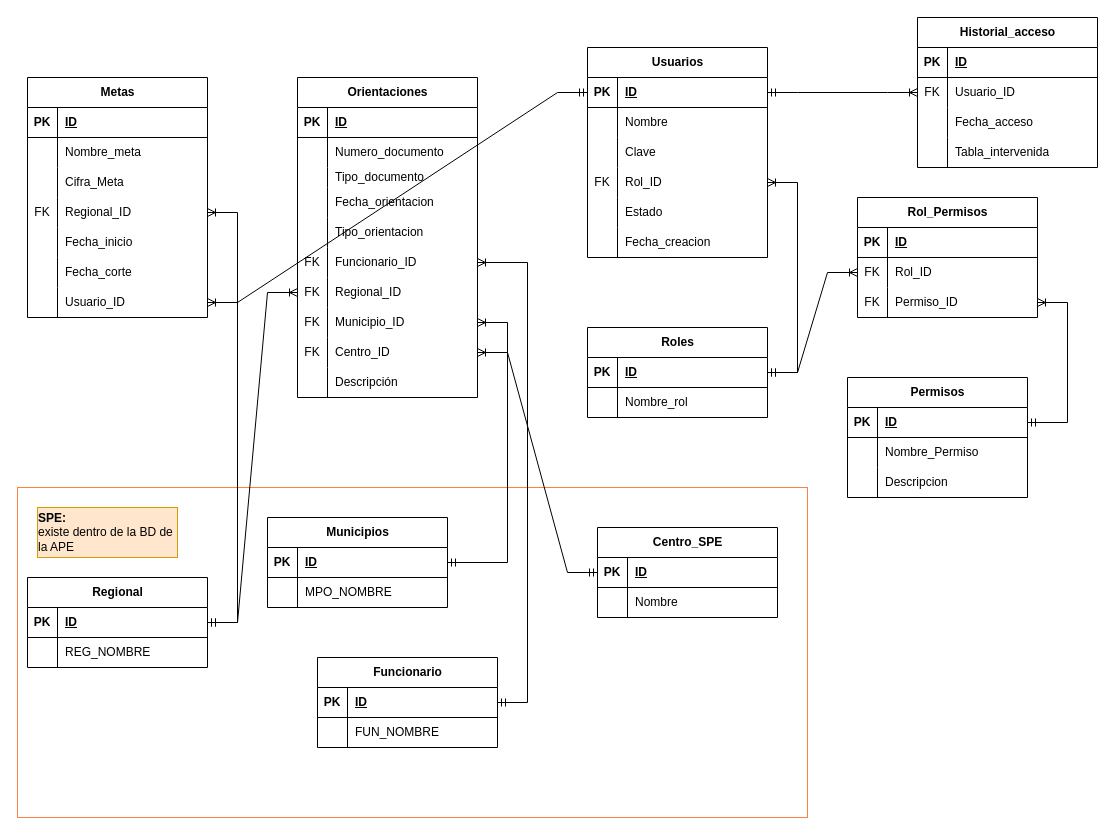
The draw.io diagram Diagrama sin título.drawio in nrb3098/ProyectoVictimasAPE, before the edit. Source tidied: cells renumbered, new cells numbered last; positions are measured from the earlier drawing's top-left corner, leaving out a move shared by most shapes. Both pictures are drawn from the tidied source at 100%, with x=0, y=0 at pixel (17, 17).
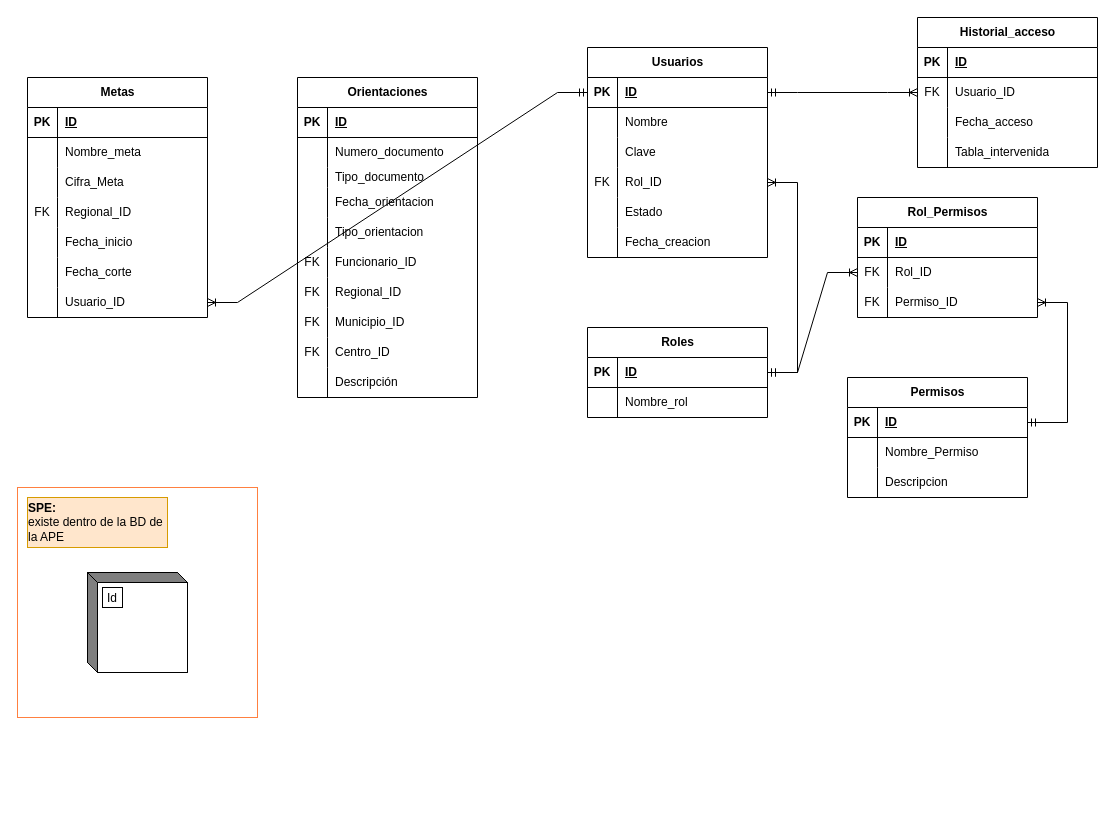
The same diagram, later.

The change refers to these unchanged cells:
```xml
<mxCell id="19" style="shape=tableRow;horizontal=0;startSize=0;swimlaneHead=0;swimlaneBody=0;fillColor=none;points=[[0,0.5],[1,0.5]];portConstraint=eastwest;top=0;left=0;right=0;bottom=0;" parent="3" vertex="1">
  <mxGeometry y="170" width="180" height="30" as="geometry" />
</mxCell>
<mxCell id="22" style="shape=tableRow;horizontal=0;startSize=0;swimlaneHead=0;swimlaneBody=0;fillColor=none;points=[[0,0.5],[1,0.5]];portConstraint=eastwest;top=0;left=0;right=0;bottom=0;" parent="3" vertex="1">
  <mxGeometry y="200" width="180" height="30" as="geometry" />
</mxCell>
<mxCell id="25" style="shape=tableRow;horizontal=0;startSize=0;swimlaneHead=0;swimlaneBody=0;fillColor=none;points=[[0,0.5],[1,0.5]];portConstraint=eastwest;top=0;left=0;right=0;bottom=0;" parent="3" vertex="1">
  <mxGeometry y="230" width="180" height="30" as="geometry" />
</mxCell>
<mxCell id="28" style="shape=tableRow;horizontal=0;startSize=0;swimlaneHead=0;swimlaneBody=0;fillColor=none;points=[[0,0.5],[1,0.5]];portConstraint=eastwest;top=0;left=0;right=0;bottom=0;" parent="3" vertex="1">
  <mxGeometry y="260" width="180" height="30" as="geometry" />
</mxCell>
<mxCell id="44" style="shape=tableRow;horizontal=0;startSize=0;swimlaneHead=0;swimlaneBody=0;fillColor=none;points=[[0,0.5],[1,0.5]];portConstraint=eastwest;top=0;left=0;right=0;bottom=0;" parent="34" vertex="1">
  <mxGeometry y="120" width="180" height="30" as="geometry" />
</mxCell>
```

Change to the diagram source:
```diff
@@
-    <mxCell id="2" style="rounded=0;whiteSpace=wrap;html=1;fillColor=none;strokeColor=#ff8040;" parent="1" vertex="1">
-      <mxGeometry y="470" width="790" height="330" as="geometry" />
-    </mxCell>
@@
-    <mxCell id="56" value="Regional" style="shape=table;startSize=30;childLayout=tableLayout;rowLines=0;fontStyle=1;align=center;html=1;" parent="1" vertex="1">
-      <mxGeometry x="10" y="560" width="180" height="90" as="geometry" />
-    </mxCell>
-    <mxCell id="57" style="shape=tableRow;horizontal=0;startSize=0;swimlaneHead=0;swimlaneBody=0;fillColor=none;points=[[0,0.5],[1,0.5]];portConstraint=eastwest;top=0;left=0;right=0;bottom=1;" parent="56" vertex="1">
-      <mxGeometry y="30" width="180" height="30" as="geometry" />
-    </mxCell>
-    <mxCell id="58" value="PK" style="shape=partialRectangle;fillColor=none;top=0;left=0;bottom=0;right=0;fontStyle=1;overflow=hidden;whiteSpace=wrap;html=1;" parent="57" vertex="1">
-      <mxGeometry width="30" height="30" as="geometry" />
-    </mxCell>
-    <mxCell id="59" value="ID" style="shape=partialRectangle;fillColor=none;top=0;left=0;bottom=0;right=0;align=left;spacingLeft=6;fontStyle=5;overflow=hidden;whiteSpace=wrap;html=1;" parent="57" vertex="1">
-      <mxGeometry x="30" width="150" height="30" as="geometry" />
-    </mxCell>
-    <mxCell id="60" style="shape=tableRow;horizontal=0;startSize=0;swimlaneHead=0;swimlaneBody=0;fillColor=none;top=0;left=0;right=0;bottom=0;" parent="56" vertex="1">
-      <mxGeometry y="60" width="180" height="30" as="geometry" />
-    </mxCell>
-    <mxCell id="61" style="shape=partialRectangle;fillColor=none;top=0;left=0;bottom=0;right=0;overflow=hidden;whiteSpace=wrap;html=1;" parent="60" vertex="1">
-      <mxGeometry width="30" height="30" as="geometry" />
-    </mxCell>
-    <mxCell id="62" value="REG_NOMBRE" style="shape=partialRectangle;fillColor=none;top=0;left=0;bottom=0;right=0;align=left;spacingLeft=6;overflow=hidden;whiteSpace=wrap;html=1;" parent="60" vertex="1">
-      <mxGeometry x="30" width="150" height="30" as="geometry" />
-    </mxCell>
-    <mxCell id="63" value="Centro_SPE" style="shape=table;startSize=30;childLayout=tableLayout;rowLines=0;fontStyle=1;align=center;html=1;" parent="1" vertex="1">
-      <mxGeometry x="580" y="510" width="180" height="90" as="geometry" />
-    </mxCell>
-    <mxCell id="64" style="shape=tableRow;horizontal=0;startSize=0;swimlaneHead=0;swimlaneBody=0;fillColor=none;points=[[0,0.5],[1,0.5]];portConstraint=eastwest;top=0;left=0;right=0;bottom=1;" parent="63" vertex="1">
-      <mxGeometry y="30" width="180" height="30" as="geometry" />
-    </mxCell>
-    <mxCell id="65" value="PK" style="shape=partialRectangle;fillColor=none;top=0;left=0;bottom=0;right=0;fontStyle=1;overflow=hidden;whiteSpace=wrap;html=1;" parent="64" vertex="1">
-      <mxGeometry width="30" height="30" as="geometry" />
-    </mxCell>
-    <mxCell id="66" value="ID" style="shape=partialRectangle;fillColor=none;top=0;left=0;bottom=0;right=0;align=left;spacingLeft=6;fontStyle=5;overflow=hidden;whiteSpace=wrap;html=1;" parent="64" vertex="1">
-      <mxGeometry x="30" width="150" height="30" as="geometry" />
-    </mxCell>
-    <mxCell id="67" style="shape=tableRow;horizontal=0;startSize=0;swimlaneHead=0;swimlaneBody=0;fillColor=none;top=0;left=0;right=0;bottom=0;" parent="63" vertex="1">
-      <mxGeometry y="60" width="180" height="30" as="geometry" />
-    </mxCell>
-    <mxCell id="68" style="shape=partialRectangle;fillColor=none;top=0;left=0;bottom=0;right=0;overflow=hidden;whiteSpace=wrap;html=1;" parent="67" vertex="1">
-      <mxGeometry width="30" height="30" as="geometry" />
-    </mxCell>
-    <mxCell id="69" value="Nombre" style="shape=partialRectangle;fillColor=none;top=0;left=0;bottom=0;right=0;align=left;spacingLeft=6;overflow=hidden;whiteSpace=wrap;html=1;" parent="67" vertex="1">
-      <mxGeometry x="30" width="150" height="30" as="geometry" />
-    </mxCell>
-    <mxCell id="70" value="&lt;div align=&quot;left&quot;&gt;&lt;b&gt;SPE:&lt;/b&gt;&lt;br&gt;&lt;/div&gt;&lt;div align=&quot;left&quot;&gt;existe dentro de la BD de la APE&lt;br&gt;&lt;/div&gt;" style="text;html=1;align=center;verticalAlign=middle;whiteSpace=wrap;rounded=0;fillColor=#ffe6cc;strokeColor=#d79b00;" parent="1" vertex="1">
-      <mxGeometry x="20" y="490" width="140" height="50" as="geometry" />
-    </mxCell>
-    <mxCell id="71" style="edgeStyle=entityRelationEdgeStyle;fontSize=12;html=1;endArrow=ERoneToMany;startArrow=ERmandOne;rounded=0;" parent="1" edge="1" source="57" target="44">
-      <mxGeometry relative="1" as="geometry" />
-    </mxCell>
-    <mxCell id="72" style="edgeStyle=entityRelationEdgeStyle;fontSize=12;html=1;endArrow=ERoneToMany;startArrow=ERmandOne;rounded=0;" parent="1" edge="1" source="57" target="22">
-      <mxGeometry relative="1" as="geometry" />
-    </mxCell>
-    <mxCell id="73" style="edgeStyle=entityRelationEdgeStyle;fontSize=12;html=1;endArrow=ERoneToMany;startArrow=ERmandOne;rounded=0;" parent="1" edge="1" source="147" target="25">
-      <mxGeometry relative="1" as="geometry" />
-    </mxCell>
-    <mxCell id="74" style="edgeStyle=entityRelationEdgeStyle;fontSize=12;html=1;endArrow=ERoneToMany;startArrow=ERmandOne;rounded=0;" parent="1" edge="1" source="64" target="28">
-      <mxGeometry relative="1" as="geometry" />
-    </mxCell>
-    <mxCell id="75" value="Funcionario" style="shape=table;startSize=30;childLayout=tableLayout;rowLines=0;fontStyle=1;align=center;html=1;" parent="1" vertex="1">
-      <mxGeometry x="300" y="640" width="180" height="90" as="geometry" />
-    </mxCell>
-    <mxCell id="76" style="shape=tableRow;horizontal=0;startSize=0;swimlaneHead=0;swimlaneBody=0;fillColor=none;points=[[0,0.5],[1,0.5]];portConstraint=eastwest;top=0;left=0;right=0;bottom=1;" parent="75" vertex="1">
-      <mxGeometry y="30" width="180" height="30" as="geometry" />
-    </mxCell>
-    <mxCell id="77" value="PK" style="shape=partialRectangle;fillColor=none;top=0;left=0;bottom=0;right=0;fontStyle=1;overflow=hidden;whiteSpace=wrap;html=1;" parent="76" vertex="1">
-      <mxGeometry width="30" height="30" as="geometry" />
-    </mxCell>
-    <mxCell id="78" value="ID" style="shape=partialRectangle;fillColor=none;top=0;left=0;bottom=0;right=0;align=left;spacingLeft=6;fontStyle=5;overflow=hidden;whiteSpace=wrap;html=1;" parent="76" vertex="1">
-      <mxGeometry x="30" width="150" height="30" as="geometry" />
-    </mxCell>
-    <mxCell id="79" style="shape=tableRow;horizontal=0;startSize=0;swimlaneHead=0;swimlaneBody=0;fillColor=none;top=0;left=0;right=0;bottom=0;" parent="75" vertex="1">
-      <mxGeometry y="60" width="180" height="30" as="geometry" />
-    </mxCell>
-    <mxCell id="80" style="shape=partialRectangle;fillColor=none;top=0;left=0;bottom=0;right=0;overflow=hidden;whiteSpace=wrap;html=1;" parent="79" vertex="1">
-      <mxGeometry width="30" height="30" as="geometry" />
-    </mxCell>
-    <mxCell id="81" value="FUN_NOMBRE" style="shape=partialRectangle;fillColor=none;top=0;left=0;bottom=0;right=0;align=left;spacingLeft=6;overflow=hidden;whiteSpace=wrap;html=1;" parent="79" vertex="1">
-      <mxGeometry x="30" width="150" height="30" as="geometry" />
-    </mxCell>
-    <mxCell id="82" style="edgeStyle=entityRelationEdgeStyle;fontSize=12;html=1;endArrow=ERoneToMany;startArrow=ERmandOne;rounded=0;" parent="1" edge="1" source="76" target="19">
-      <mxGeometry relative="1" as="geometry" />
-    </mxCell>
@@
-    <mxCell id="146" value="Municipios" style="shape=table;startSize=30;childLayout=tableLayout;rowLines=0;fontStyle=1;align=center;html=1;" parent="1" vertex="1">
-      <mxGeometry x="250" y="500" width="180" height="90" as="geometry" />
-    </mxCell>
-    <mxCell id="147" style="shape=tableRow;horizontal=0;startSize=0;swimlaneHead=0;swimlaneBody=0;fillColor=none;points=[[0,0.5],[1,0.5]];portConstraint=eastwest;top=0;left=0;right=0;bottom=1;" parent="146" vertex="1">
-      <mxGeometry y="30" width="180" height="30" as="geometry" />
-    </mxCell>
-    <mxCell id="148" value="PK" style="shape=partialRectangle;fillColor=none;top=0;left=0;bottom=0;right=0;fontStyle=1;overflow=hidden;whiteSpace=wrap;html=1;" parent="147" vertex="1">
-      <mxGeometry width="30" height="30" as="geometry" />
-    </mxCell>
-    <mxCell id="149" value="ID" style="shape=partialRectangle;fillColor=none;top=0;left=0;bottom=0;right=0;align=left;spacingLeft=6;fontStyle=5;overflow=hidden;whiteSpace=wrap;html=1;" parent="147" vertex="1">
-      <mxGeometry x="30" width="150" height="30" as="geometry" />
-    </mxCell>
-    <mxCell id="150" style="shape=tableRow;horizontal=0;startSize=0;swimlaneHead=0;swimlaneBody=0;fillColor=none;top=0;left=0;right=0;bottom=0;" parent="146" vertex="1">
-      <mxGeometry y="60" width="180" height="30" as="geometry" />
-    </mxCell>
-    <mxCell id="151" style="shape=partialRectangle;fillColor=none;top=0;left=0;bottom=0;right=0;overflow=hidden;whiteSpace=wrap;html=1;" parent="150" vertex="1">
-      <mxGeometry width="30" height="30" as="geometry" />
-    </mxCell>
-    <mxCell id="152" value="MPO_NOMBRE" style="shape=partialRectangle;fillColor=none;top=0;left=0;bottom=0;right=0;align=left;spacingLeft=6;overflow=hidden;whiteSpace=wrap;html=1;" parent="150" vertex="1">
-      <mxGeometry x="30" width="150" height="30" as="geometry" />
-    </mxCell>
@@
+    <mxCell id="154" style="group;" parent="1" vertex="1">
+      <mxGeometry y="470" width="240" height="230" as="geometry" />
+    </mxCell>
+    <mxCell id="2" style="rounded=0;whiteSpace=wrap;html=1;fillColor=none;strokeColor=#ff8040;" parent="154" vertex="1">
+      <mxGeometry width="240" height="230" as="geometry" />
+    </mxCell>
+    <mxCell id="70" value="&lt;div align=&quot;left&quot;&gt;&lt;b&gt;SPE:&lt;/b&gt;&lt;br&gt;&lt;/div&gt;&lt;div align=&quot;left&quot;&gt;existe dentro de la BD de la APE&lt;br&gt;&lt;/div&gt;" style="text;html=1;align=center;verticalAlign=middle;whiteSpace=wrap;rounded=0;fillColor=#ffe6cc;strokeColor=#d79b00;" parent="154" vertex="1">
+      <mxGeometry x="10" y="10" width="140" height="50" as="geometry" />
+    </mxCell>
+    <mxCell id="155" style="html=1;dashed=0;whiteSpace=wrap;shape=mxgraph.dfd.externalEntity;" parent="154" vertex="1">
+      <mxGeometry x="70" y="85" width="100" height="100" as="geometry" />
+    </mxCell>
+    <mxCell id="156" value="Id" style="strokeColor=inherit;fillColor=inherit;gradientColor=inherit;" parent="155" vertex="1">
+      <mxGeometry width="20" height="20" relative="1" as="geometry">
+        <mxPoint x="15" y="15" as="offset" />
+      </mxGeometry>
+    </mxCell>
```
